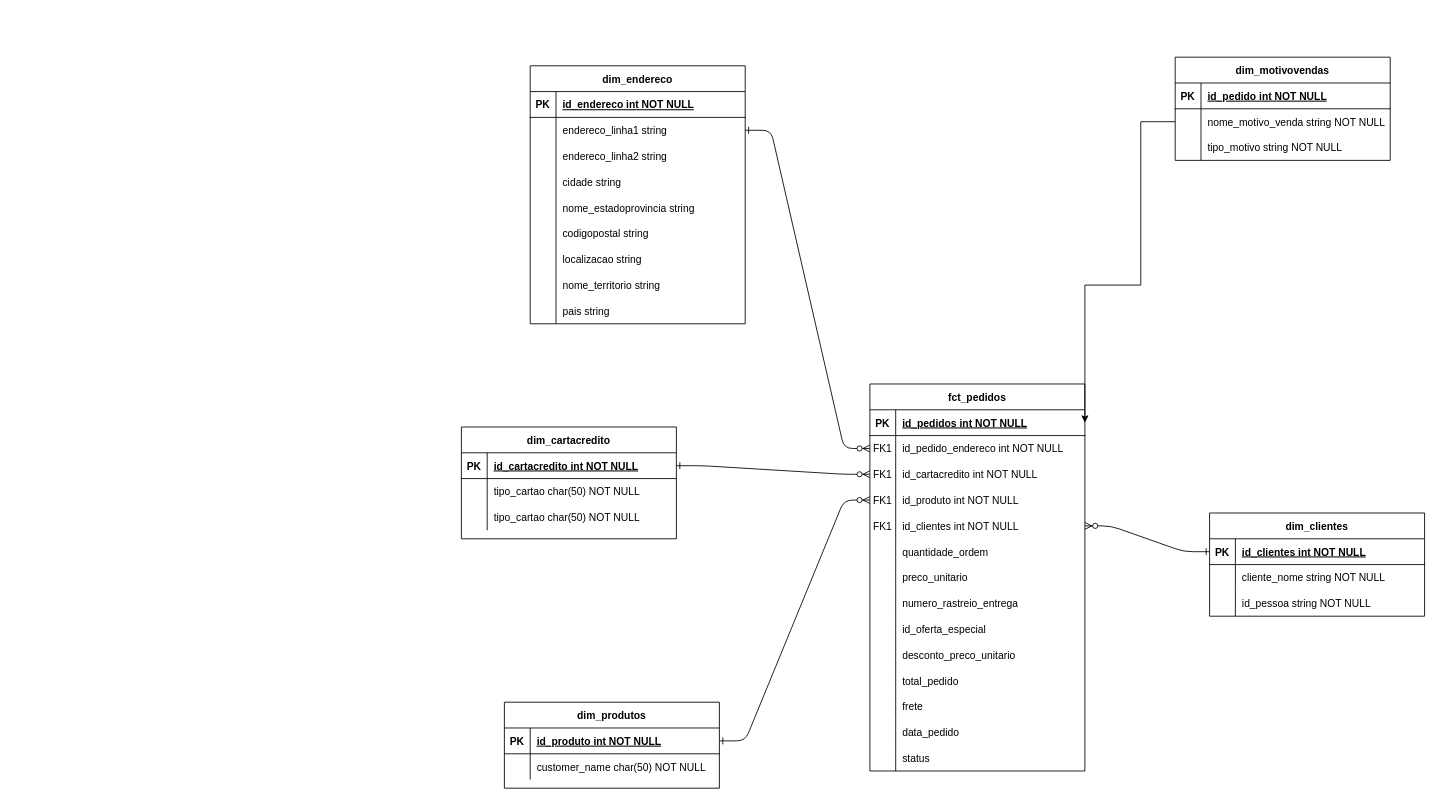
This is Diagrama sem nome.drawio from lucasvieiraeng325/academy-dbt, a draw.io file, before an edit. Source tidied: cells renumbered, new cells numbered last; positions are measured from the earlier drawing's top-left corner, leaving out a move shared by most shapes. Both pictures are drawn from the tidied source at 86%, with x=0, y=0 at pixel (461, 57).
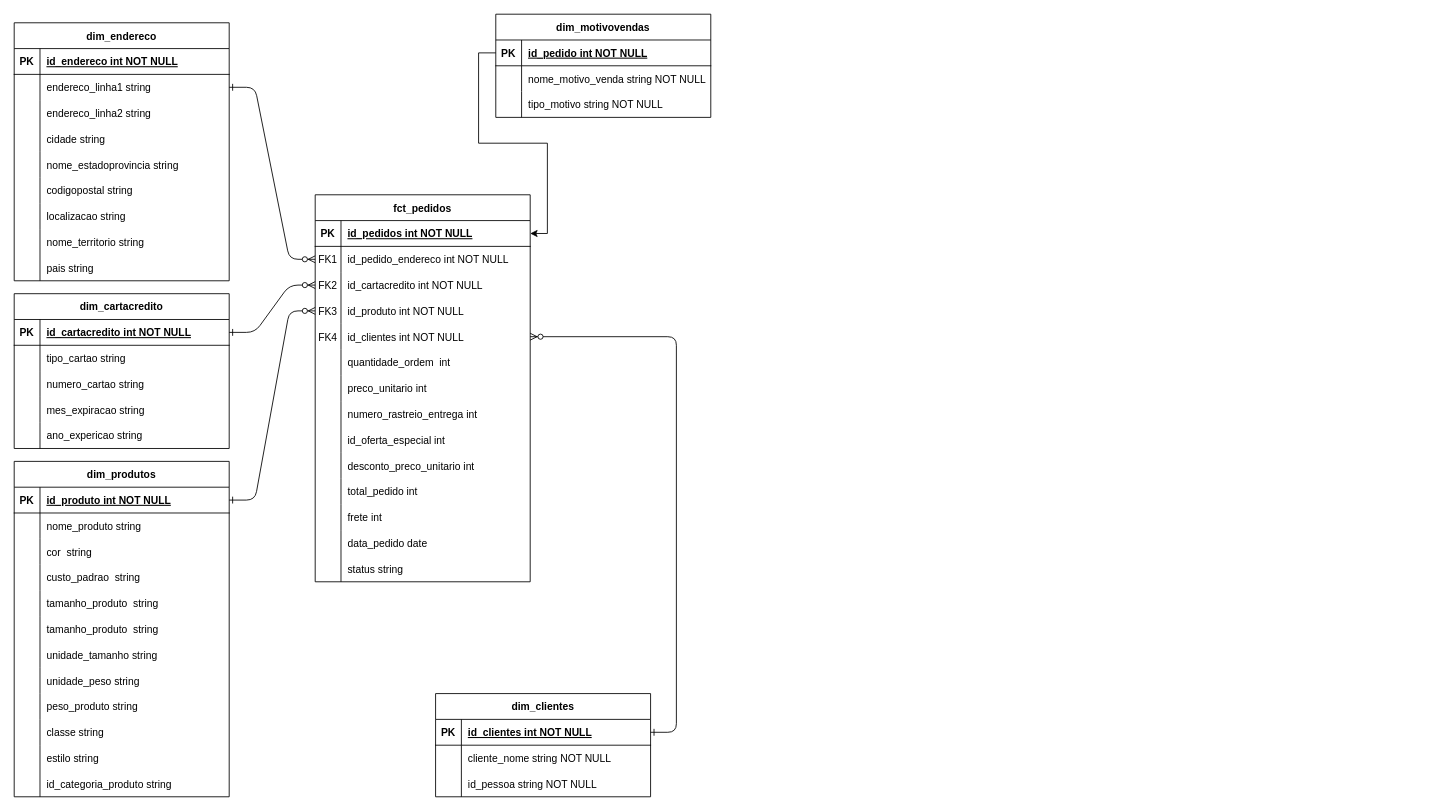
The same page after the edit.

Commit message:
Desafio Adventure Works.drawio

Unchanged cells that the change refers to:
```xml
<mxCell id="4" style="shape=partialRectangle;fillColor=none;points=[[0,0.5],[1,0.5]];portConstraint=eastwest;top=0;left=0;right=0;bottom=1;" parent="3" vertex="1">
  <mxGeometry y="30" width="250" height="30" as="geometry" />
</mxCell>
<mxCell id="10" style="shape=partialRectangle;fillColor=none;points=[[0,0.5],[1,0.5]];portConstraint=eastwest;top=0;left=0;right=0;bottom=0;" parent="3" vertex="1">
  <mxGeometry y="90" width="250" height="30" as="geometry" />
</mxCell>
<mxCell id="13" style="shape=partialRectangle;fillColor=none;points=[[0,0.5],[1,0.5]];portConstraint=eastwest;top=0;left=0;right=0;bottom=0;" parent="3" vertex="1">
  <mxGeometry y="120" width="250" height="30" as="geometry" />
</mxCell>
<mxCell id="16" style="shape=partialRectangle;fillColor=none;points=[[0,0.5],[1,0.5]];portConstraint=eastwest;top=0;left=0;right=0;bottom=0;" parent="3" vertex="1">
  <mxGeometry y="150" width="250" height="30" as="geometry" />
</mxCell>
<mxCell id="19" style="shape=partialRectangle;fillColor=none;top=0;left=0;right=0;bottom=0;" parent="3" vertex="1">
  <mxGeometry y="180" width="250" height="30" as="geometry" />
</mxCell>
<mxCell id="22" style="shape=partialRectangle;fillColor=none;top=0;left=0;right=0;bottom=0;" parent="3" vertex="1">
  <mxGeometry y="210" width="250" height="30" as="geometry" />
</mxCell>
<mxCell id="25" style="shape=partialRectangle;fillColor=none;top=0;left=0;right=0;bottom=0;" parent="3" vertex="1">
  <mxGeometry y="240" width="250" height="30" as="geometry" />
</mxCell>
<mxCell id="28" style="shape=partialRectangle;fillColor=none;top=0;left=0;right=0;bottom=0;" parent="3" vertex="1">
  <mxGeometry y="270" width="250" height="30" as="geometry" />
</mxCell>
<mxCell id="31" style="shape=partialRectangle;fillColor=none;top=0;left=0;right=0;bottom=0;" parent="3" vertex="1">
  <mxGeometry y="300" width="250" height="30" as="geometry" />
</mxCell>
<mxCell id="34" style="shape=partialRectangle;fillColor=none;top=0;left=0;right=0;bottom=0;" parent="3" vertex="1">
  <mxGeometry y="330" width="250" height="30" as="geometry" />
</mxCell>
<mxCell id="37" style="shape=partialRectangle;fillColor=none;top=0;left=0;right=0;bottom=0;" parent="3" vertex="1">
  <mxGeometry y="360" width="250" height="30" as="geometry" />
</mxCell>
<mxCell id="40" style="shape=partialRectangle;fillColor=none;top=0;left=0;right=0;bottom=0;" parent="3" vertex="1">
  <mxGeometry y="390" width="250" height="30" as="geometry" />
</mxCell>
<mxCell id="43" style="shape=partialRectangle;fillColor=none;top=0;left=0;right=0;bottom=0;" parent="3" vertex="1">
  <mxGeometry y="420" width="250" height="30" as="geometry" />
</mxCell>
<mxCell id="60" style="shape=partialRectangle;fillColor=none;top=0;left=0;right=0;bottom=0;" parent="56" vertex="1">
  <mxGeometry y="60" width="250" height="30" as="geometry" />
</mxCell>
<mxCell id="63" style="shape=partialRectangle;fillColor=none;top=0;left=0;right=0;bottom=0;" parent="56" vertex="1">
  <mxGeometry y="90" width="250" height="30" as="geometry" />
</mxCell>
<mxCell id="70" style="shape=partialRectangle;fillColor=none;top=0;left=0;right=0;bottom=0;" parent="66" vertex="1">
  <mxGeometry y="60" width="250" height="30" as="geometry" />
</mxCell>
<mxCell id="74" style="shape=partialRectangle;fillColor=none;points=[[0,0.5],[1,0.5]];portConstraint=eastwest;top=0;left=0;right=0;bottom=1;" parent="73" vertex="1">
  <mxGeometry y="30" width="250" height="30" as="geometry" />
</mxCell>
```

Diff of the diagram source:
```diff
@@
     <mxCell id="3" value="fct_pedidos" style="shape=table;startSize=30;childLayout=tableLayout;rowLines=0;fontStyle=1;align=center;" parent="1" vertex="1">
-      <mxGeometry x="475" y="380" width="250" height="450" as="geometry" />
+      <mxGeometry x="-170" y="160" width="250" height="450" as="geometry" />
     </mxCell>
@@
-    <mxCell id="11" value="FK1" style="shape=partialRectangle;overflow=hidden;fillColor=none;top=0;left=0;bottom=0;right=0;" parent="10" vertex="1">
+    <mxCell id="11" value="FK2" style="shape=partialRectangle;overflow=hidden;fillColor=none;top=0;left=0;bottom=0;right=0;" parent="10" vertex="1">
       <mxGeometry width="30" height="30" as="geometry" />
     </mxCell>
@@
-    <mxCell id="14" value="FK1" style="shape=partialRectangle;overflow=hidden;fillColor=none;top=0;left=0;bottom=0;right=0;" parent="13" vertex="1">
+    <mxCell id="14" value="FK3" style="shape=partialRectangle;overflow=hidden;fillColor=none;top=0;left=0;bottom=0;right=0;" parent="13" vertex="1">
       <mxGeometry width="30" height="30" as="geometry" />
     </mxCell>
@@
-    <mxCell id="17" value="FK1" style="shape=partialRectangle;overflow=hidden;fillColor=none;top=0;left=0;bottom=0;right=0;" parent="16" vertex="1">
+    <mxCell id="17" value="FK4" style="shape=partialRectangle;overflow=hidden;fillColor=none;top=0;left=0;bottom=0;right=0;" parent="16" vertex="1">
       <mxGeometry width="30" height="30" as="geometry" />
     </mxCell>
@@
-    <mxCell id="21" value="quantidade_ordem   " style="shape=partialRectangle;overflow=hidden;fillColor=none;top=0;left=0;bottom=0;right=0;align=left;spacingLeft=6;" parent="19" vertex="1">
+    <mxCell id="21" value="quantidade_ordem  int" style="shape=partialRectangle;overflow=hidden;fillColor=none;top=0;left=0;bottom=0;right=0;align=left;spacingLeft=6;" parent="19" vertex="1">
       <mxGeometry x="30" width="220" height="30" as="geometry" />
     </mxCell>
@@
-    <mxCell id="24" value="preco_unitario" style="shape=partialRectangle;overflow=hidden;fillColor=none;top=0;left=0;bottom=0;right=0;align=left;spacingLeft=6;" parent="22" vertex="1">
+    <mxCell id="24" value="preco_unitario int" style="shape=partialRectangle;overflow=hidden;fillColor=none;top=0;left=0;bottom=0;right=0;align=left;spacingLeft=6;" parent="22" vertex="1">
       <mxGeometry x="30" width="220" height="30" as="geometry" />
     </mxCell>
@@
-    <mxCell id="27" value="numero_rastreio_entrega" style="shape=partialRectangle;overflow=hidden;fillColor=none;top=0;left=0;bottom=0;right=0;align=left;spacingLeft=6;" parent="25" vertex="1">
+    <mxCell id="27" value="numero_rastreio_entrega int" style="shape=partialRectangle;overflow=hidden;fillColor=none;top=0;left=0;bottom=0;right=0;align=left;spacingLeft=6;" parent="25" vertex="1">
       <mxGeometry x="30" width="220" height="30" as="geometry" />
     </mxCell>
@@
-    <mxCell id="30" value="id_oferta_especial" style="shape=partialRectangle;overflow=hidden;fillColor=none;top=0;left=0;bottom=0;right=0;align=left;spacingLeft=6;" parent="28" vertex="1">
+    <mxCell id="30" value="id_oferta_especial int" style="shape=partialRectangle;overflow=hidden;fillColor=none;top=0;left=0;bottom=0;right=0;align=left;spacingLeft=6;" parent="28" vertex="1">
       <mxGeometry x="30" width="220" height="30" as="geometry" />
     </mxCell>
@@
-    <mxCell id="33" value="desconto_preco_unitario" style="shape=partialRectangle;overflow=hidden;fillColor=none;top=0;left=0;bottom=0;right=0;align=left;spacingLeft=6;" parent="31" vertex="1">
+    <mxCell id="33" value="desconto_preco_unitario int" style="shape=partialRectangle;overflow=hidden;fillColor=none;top=0;left=0;bottom=0;right=0;align=left;spacingLeft=6;" parent="31" vertex="1">
       <mxGeometry x="30" width="220" height="30" as="geometry" />
     </mxCell>
@@
-    <mxCell id="36" value="total_pedido" style="shape=partialRectangle;overflow=hidden;fillColor=none;top=0;left=0;bottom=0;right=0;align=left;spacingLeft=6;" parent="34" vertex="1">
+    <mxCell id="36" value="total_pedido int" style="shape=partialRectangle;overflow=hidden;fillColor=none;top=0;left=0;bottom=0;right=0;align=left;spacingLeft=6;" parent="34" vertex="1">
       <mxGeometry x="30" width="220" height="30" as="geometry" />
     </mxCell>
@@
-    <mxCell id="39" value="frete" style="shape=partialRectangle;overflow=hidden;fillColor=none;top=0;left=0;bottom=0;right=0;align=left;spacingLeft=6;" parent="37" vertex="1">
+    <mxCell id="39" value="frete int" style="shape=partialRectangle;overflow=hidden;fillColor=none;top=0;left=0;bottom=0;right=0;align=left;spacingLeft=6;" parent="37" vertex="1">
       <mxGeometry x="30" width="220" height="30" as="geometry" />
     </mxCell>
@@
-    <mxCell id="42" value="data_pedido" style="shape=partialRectangle;overflow=hidden;fillColor=none;top=0;left=0;bottom=0;right=0;align=left;spacingLeft=6;" parent="40" vertex="1">
+    <mxCell id="42" value="data_pedido date" style="shape=partialRectangle;overflow=hidden;fillColor=none;top=0;left=0;bottom=0;right=0;align=left;spacingLeft=6;" parent="40" vertex="1">
       <mxGeometry x="30" width="220" height="30" as="geometry" />
     </mxCell>
@@
-    <mxCell id="45" value="status" style="shape=partialRectangle;overflow=hidden;fillColor=none;top=0;left=0;bottom=0;right=0;align=left;spacingLeft=6;" parent="43" vertex="1">
+    <mxCell id="45" value="status string" style="shape=partialRectangle;overflow=hidden;fillColor=none;top=0;left=0;bottom=0;right=0;align=left;spacingLeft=6;" parent="43" vertex="1">
       <mxGeometry x="30" width="220" height="30" as="geometry" />
     </mxCell>
     <mxCell id="46" value="dim_clientes" style="shape=table;startSize=30;childLayout=tableLayout;rowLines=0;fontStyle=1;align=center;" parent="1" vertex="1">
-      <mxGeometry x="870" y="530" width="250" height="120" as="geometry" />
+      <mxGeometry x="-30" y="740" width="250" height="120" as="geometry" />
     </mxCell>
@@
     <mxCell id="56" value="dim_cartacredito" style="shape=table;startSize=30;childLayout=tableLayout;rowLines=0;fontStyle=1;align=center;" parent="1" vertex="1">
-      <mxGeometry y="430" width="250" height="130" as="geometry" />
+      <mxGeometry x="-520" y="275" width="250" height="180" as="geometry" />
     </mxCell>
@@
-    <mxCell id="62" value="tipo_cartao char(50) NOT NULL" style="shape=partialRectangle;overflow=hidden;fillColor=none;top=0;left=0;bottom=0;right=0;align=left;spacingLeft=6;" parent="60" vertex="1">
+    <mxCell id="62" value="tipo_cartao string" style="shape=partialRectangle;overflow=hidden;fillColor=none;top=0;left=0;bottom=0;right=0;align=left;spacingLeft=6;" parent="60" vertex="1">
       <mxGeometry x="30" width="220" height="30" as="geometry" />
     </mxCell>
@@
-    <mxCell id="65" value="tipo_cartao char(50) NOT NULL" style="shape=partialRectangle;overflow=hidden;fillColor=none;top=0;left=0;bottom=0;right=0;align=left;spacingLeft=6;" parent="63" vertex="1">
+    <mxCell id="65" value="numero_cartao string" style="shape=partialRectangle;overflow=hidden;fillColor=none;top=0;left=0;bottom=0;right=0;align=left;spacingLeft=6;" parent="63" vertex="1">
       <mxGeometry x="30" width="220" height="30" as="geometry" />
     </mxCell>
+    <mxCell id="115" style="shape=partialRectangle;fillColor=none;top=0;left=0;right=0;bottom=0;" parent="56" vertex="1">
+      <mxGeometry y="120" width="250" height="30" as="geometry" />
+    </mxCell>
+    <mxCell id="116" style="shape=partialRectangle;overflow=hidden;fillColor=none;top=0;left=0;bottom=0;right=0;" parent="115" vertex="1">
+      <mxGeometry width="30" height="30" as="geometry" />
+    </mxCell>
+    <mxCell id="117" value="mes_expiracao string" style="shape=partialRectangle;overflow=hidden;fillColor=none;top=0;left=0;bottom=0;right=0;align=left;spacingLeft=6;" parent="115" vertex="1">
+      <mxGeometry x="30" width="220" height="30" as="geometry" />
+    </mxCell>
+    <mxCell id="118" style="shape=partialRectangle;fillColor=none;top=0;left=0;right=0;bottom=0;" parent="56" vertex="1">
+      <mxGeometry y="150" width="250" height="30" as="geometry" />
+    </mxCell>
+    <mxCell id="119" style="shape=partialRectangle;overflow=hidden;fillColor=none;top=0;left=0;bottom=0;right=0;" parent="118" vertex="1">
+      <mxGeometry width="30" height="30" as="geometry" />
+    </mxCell>
+    <mxCell id="120" value="ano_expericao string" style="shape=partialRectangle;overflow=hidden;fillColor=none;top=0;left=0;bottom=0;right=0;align=left;spacingLeft=6;" parent="118" vertex="1">
+      <mxGeometry x="30" width="220" height="30" as="geometry" />
+    </mxCell>
     <mxCell id="66" value="dim_produtos" style="shape=table;startSize=30;childLayout=tableLayout;rowLines=0;fontStyle=1;align=center;" parent="1" vertex="1">
-      <mxGeometry x="50" y="750" width="250" height="100" as="geometry" />
+      <mxGeometry x="-520" y="470" width="250" height="390" as="geometry" />
     </mxCell>
@@
-    <mxCell id="72" value="customer_name char(50) NOT NULL" style="shape=partialRectangle;overflow=hidden;fillColor=none;top=0;left=0;bottom=0;right=0;align=left;spacingLeft=6;" parent="70" vertex="1">
+    <mxCell id="72" value="nome_produto string" style="shape=partialRectangle;overflow=hidden;fillColor=none;top=0;left=0;bottom=0;right=0;align=left;spacingLeft=6;" parent="70" vertex="1">
       <mxGeometry x="30" width="220" height="30" as="geometry" />
     </mxCell>
+    <mxCell id="121" style="shape=partialRectangle;fillColor=none;top=0;left=0;right=0;bottom=0;" parent="66" vertex="1">
+      <mxGeometry y="90" width="250" height="30" as="geometry" />
+    </mxCell>
+    <mxCell id="122" style="shape=partialRectangle;overflow=hidden;fillColor=none;top=0;left=0;bottom=0;right=0;" parent="121" vertex="1">
+      <mxGeometry width="30" height="30" as="geometry" />
+    </mxCell>
+    <mxCell id="123" value="cor  string" style="shape=partialRectangle;overflow=hidden;fillColor=none;top=0;left=0;bottom=0;right=0;align=left;spacingLeft=6;" parent="121" vertex="1">
+      <mxGeometry x="30" width="220" height="30" as="geometry" />
+    </mxCell>
+    <mxCell id="124" style="shape=partialRectangle;fillColor=none;top=0;left=0;right=0;bottom=0;" parent="66" vertex="1">
+      <mxGeometry y="120" width="250" height="30" as="geometry" />
+    </mxCell>
+    <mxCell id="125" style="shape=partialRectangle;overflow=hidden;fillColor=none;top=0;left=0;bottom=0;right=0;" parent="124" vertex="1">
+      <mxGeometry width="30" height="30" as="geometry" />
+    </mxCell>
+    <mxCell id="126" value="custo_padrao  string" style="shape=partialRectangle;overflow=hidden;fillColor=none;top=0;left=0;bottom=0;right=0;align=left;spacingLeft=6;" parent="124" vertex="1">
+      <mxGeometry x="30" width="220" height="30" as="geometry" />
+    </mxCell>
+    <mxCell id="127" style="shape=partialRectangle;fillColor=none;top=0;left=0;right=0;bottom=0;" parent="66" vertex="1">
+      <mxGeometry y="150" width="250" height="30" as="geometry" />
+    </mxCell>
+    <mxCell id="128" style="shape=partialRectangle;overflow=hidden;fillColor=none;top=0;left=0;bottom=0;right=0;" parent="127" vertex="1">
+      <mxGeometry width="30" height="30" as="geometry" />
+    </mxCell>
+    <mxCell id="129" value="tamanho_produto  string" style="shape=partialRectangle;overflow=hidden;fillColor=none;top=0;left=0;bottom=0;right=0;align=left;spacingLeft=6;" parent="127" vertex="1">
+      <mxGeometry x="30" width="220" height="30" as="geometry" />
+    </mxCell>
+    <mxCell id="130" style="shape=partialRectangle;fillColor=none;top=0;left=0;right=0;bottom=0;" parent="66" vertex="1">
+      <mxGeometry y="180" width="250" height="30" as="geometry" />
+    </mxCell>
+    <mxCell id="131" style="shape=partialRectangle;overflow=hidden;fillColor=none;top=0;left=0;bottom=0;right=0;" parent="130" vertex="1">
+      <mxGeometry width="30" height="30" as="geometry" />
+    </mxCell>
+    <mxCell id="132" value="tamanho_produto  string" style="shape=partialRectangle;overflow=hidden;fillColor=none;top=0;left=0;bottom=0;right=0;align=left;spacingLeft=6;" parent="130" vertex="1">
+      <mxGeometry x="30" width="220" height="30" as="geometry" />
+    </mxCell>
+    <mxCell id="133" style="shape=partialRectangle;fillColor=none;top=0;left=0;right=0;bottom=0;" parent="66" vertex="1">
+      <mxGeometry y="210" width="250" height="30" as="geometry" />
+    </mxCell>
+    <mxCell id="134" style="shape=partialRectangle;overflow=hidden;fillColor=none;top=0;left=0;bottom=0;right=0;" parent="133" vertex="1">
+      <mxGeometry width="30" height="30" as="geometry" />
+    </mxCell>
+    <mxCell id="135" value="unidade_tamanho string" style="shape=partialRectangle;overflow=hidden;fillColor=none;top=0;left=0;bottom=0;right=0;align=left;spacingLeft=6;" parent="133" vertex="1">
+      <mxGeometry x="30" width="220" height="30" as="geometry" />
+    </mxCell>
+    <mxCell id="136" style="shape=partialRectangle;fillColor=none;top=0;left=0;right=0;bottom=0;" parent="66" vertex="1">
+      <mxGeometry y="240" width="250" height="30" as="geometry" />
+    </mxCell>
+    <mxCell id="137" style="shape=partialRectangle;overflow=hidden;fillColor=none;top=0;left=0;bottom=0;right=0;" parent="136" vertex="1">
+      <mxGeometry width="30" height="30" as="geometry" />
+    </mxCell>
+    <mxCell id="138" value="unidade_peso string" style="shape=partialRectangle;overflow=hidden;fillColor=none;top=0;left=0;bottom=0;right=0;align=left;spacingLeft=6;" parent="136" vertex="1">
+      <mxGeometry x="30" width="220" height="30" as="geometry" />
+    </mxCell>
+    <mxCell id="139" style="shape=partialRectangle;fillColor=none;top=0;left=0;right=0;bottom=0;" parent="66" vertex="1">
+      <mxGeometry y="270" width="250" height="30" as="geometry" />
+    </mxCell>
+    <mxCell id="140" style="shape=partialRectangle;overflow=hidden;fillColor=none;top=0;left=0;bottom=0;right=0;" parent="139" vertex="1">
+      <mxGeometry width="30" height="30" as="geometry" />
+    </mxCell>
+    <mxCell id="141" value="peso_produto string" style="shape=partialRectangle;overflow=hidden;fillColor=none;top=0;left=0;bottom=0;right=0;align=left;spacingLeft=6;" parent="139" vertex="1">
+      <mxGeometry x="30" width="220" height="30" as="geometry" />
+    </mxCell>
+    <mxCell id="142" style="shape=partialRectangle;fillColor=none;top=0;left=0;right=0;bottom=0;" parent="66" vertex="1">
+      <mxGeometry y="300" width="250" height="30" as="geometry" />
+    </mxCell>
+    <mxCell id="143" style="shape=partialRectangle;overflow=hidden;fillColor=none;top=0;left=0;bottom=0;right=0;" parent="142" vertex="1">
+      <mxGeometry width="30" height="30" as="geometry" />
+    </mxCell>
+    <mxCell id="144" value="classe string" style="shape=partialRectangle;overflow=hidden;fillColor=none;top=0;left=0;bottom=0;right=0;align=left;spacingLeft=6;" parent="142" vertex="1">
+      <mxGeometry x="30" width="220" height="30" as="geometry" />
+    </mxCell>
+    <mxCell id="145" style="shape=partialRectangle;fillColor=none;top=0;left=0;right=0;bottom=0;" parent="66" vertex="1">
+      <mxGeometry y="330" width="250" height="30" as="geometry" />
+    </mxCell>
+    <mxCell id="146" style="shape=partialRectangle;overflow=hidden;fillColor=none;top=0;left=0;bottom=0;right=0;" parent="145" vertex="1">
+      <mxGeometry width="30" height="30" as="geometry" />
+    </mxCell>
+    <mxCell id="147" value="estilo string" style="shape=partialRectangle;overflow=hidden;fillColor=none;top=0;left=0;bottom=0;right=0;align=left;spacingLeft=6;" parent="145" vertex="1">
+      <mxGeometry x="30" width="220" height="30" as="geometry" />
+    </mxCell>
+    <mxCell id="148" style="shape=partialRectangle;fillColor=none;top=0;left=0;right=0;bottom=0;" parent="66" vertex="1">
+      <mxGeometry y="360" width="250" height="30" as="geometry" />
+    </mxCell>
+    <mxCell id="149" style="shape=partialRectangle;overflow=hidden;fillColor=none;top=0;left=0;bottom=0;right=0;" parent="148" vertex="1">
+      <mxGeometry width="30" height="30" as="geometry" />
+    </mxCell>
+    <mxCell id="150" value="id_categoria_produto string" style="shape=partialRectangle;overflow=hidden;fillColor=none;top=0;left=0;bottom=0;right=0;align=left;spacingLeft=6;" parent="148" vertex="1">
+      <mxGeometry x="30" width="220" height="30" as="geometry" />
+    </mxCell>
     <mxCell id="73" value="dim_motivovendas" style="shape=table;startSize=30;childLayout=tableLayout;rowLines=0;fontStyle=1;align=center;" parent="1" vertex="1">
-      <mxGeometry x="830" width="250" height="120" as="geometry" />
+      <mxGeometry x="40" y="-50" width="250" height="120" as="geometry" />
     </mxCell>
@@
     <mxCell id="83" value="dim_endereco" style="shape=table;startSize=30;childLayout=tableLayout;rowLines=0;fontStyle=1;align=center;" parent="1" vertex="1">
-      <mxGeometry x="80" y="10" width="250" height="300" as="geometry" />
+      <mxGeometry x="-520" y="-40" width="250" height="300" as="geometry" />
     </mxCell>
@@
-    <mxCell id="114" style="edgeStyle=orthogonalEdgeStyle;rounded=0;jettySize=auto;html=1;exitX=0;exitY=0.5;exitDx=0;exitDy=0;entryX=1;entryY=0.5;entryDx=0;entryDy=0;" parent="1" edge="1" target="4">
-      <mxGeometry relative="1" as="geometry">
-        <mxPoint x="830" y="75" as="sourcePoint" />
-        <Array as="points">
-          <mxPoint x="790" y="75" />
-          <mxPoint x="790" y="265" />
-          <mxPoint x="725" y="265" />
-        </Array>
-      </mxGeometry>
-    </mxCell>
+    <mxCell id="151" style="edgeStyle=orthogonalEdgeStyle;rounded=0;jettySize=auto;html=1;exitX=0;exitY=0.5;exitDx=0;exitDy=0;entryX=1;entryY=0.5;entryDx=0;entryDy=0;" parent="1" edge="1" source="74" target="4">
+      <mxGeometry relative="1" as="geometry" />
+    </mxCell>
```
